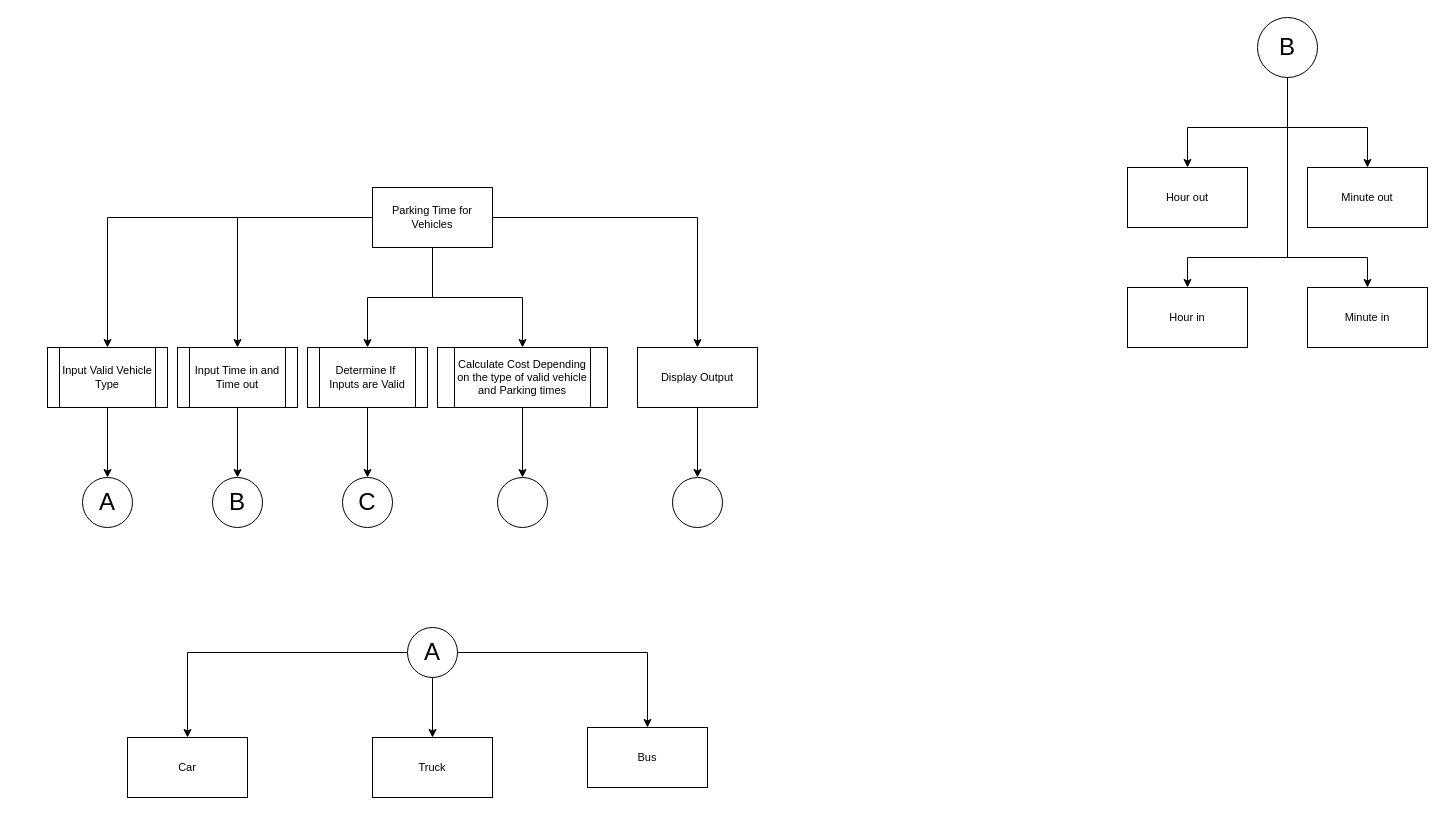
This is Project58_StructureChart.drawio from AmawNiZy/Assignments, a draw.io file, before an edit. Source tidied: cells renumbered, new cells numbered last; positions are measured from the earlier drawing's top-left corner, leaving out a move shared by most shapes. Both pictures are drawn from the tidied source at 100%, with x=0, y=0 at pixel (47, 17).
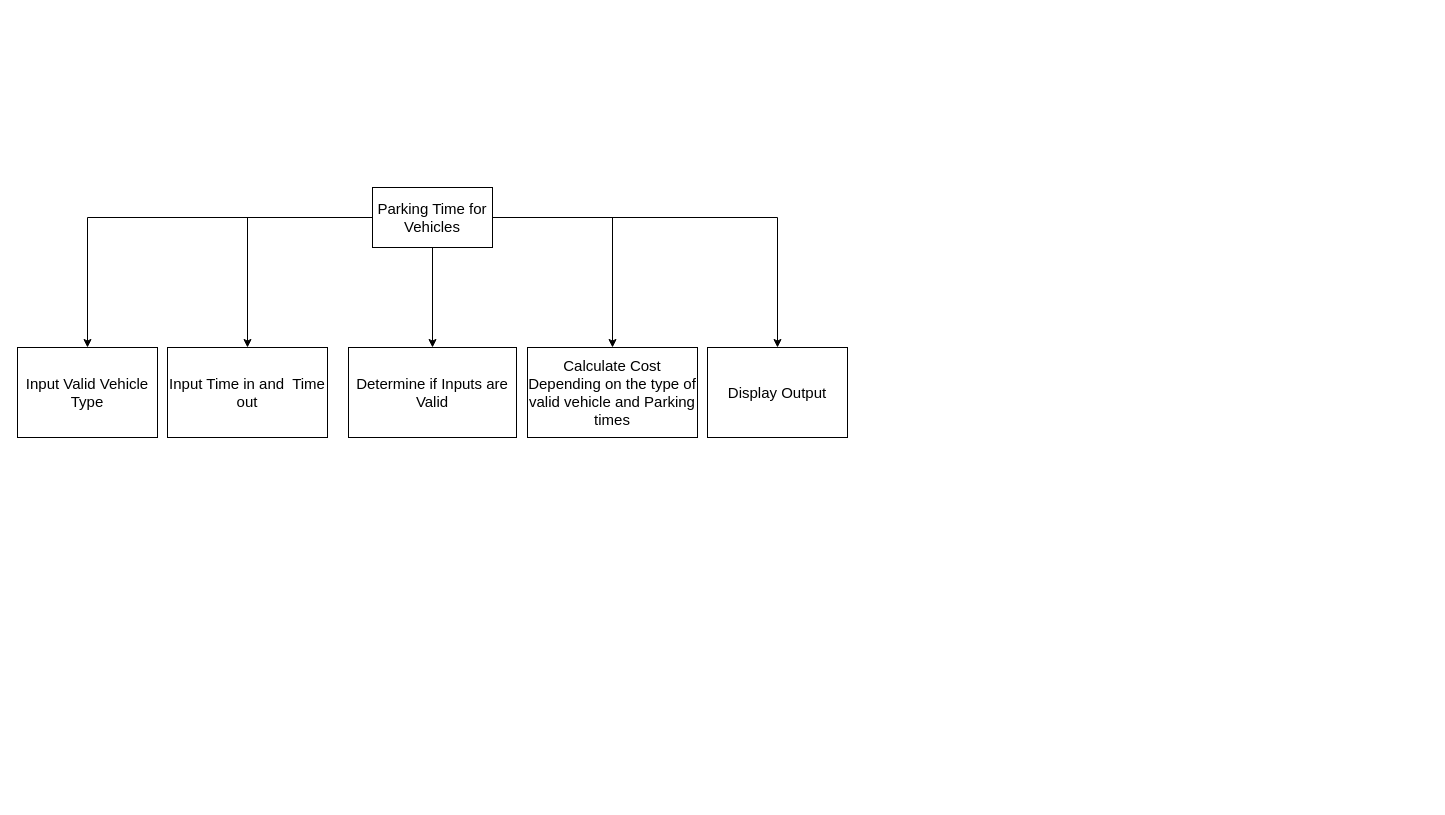
The same diagram, later.

Change to the diagram source:
```diff
@@
-    <mxCell id="2" style="edgeStyle=orthogonalEdgeStyle;rounded=0;jettySize=auto;html=1;fontSize=11;" parent="1" edge="1" source="7" target="9">
+    <mxCell id="2" style="edgeStyle=orthogonalEdgeStyle;rounded=0;jettySize=auto;html=1;fontSize=15;entryX=0.5;entryY=0;entryDx=0;entryDy=0;" parent="1" edge="1" source="7" target="9">
       <mxGeometry relative="1" as="geometry" />
     </mxCell>
-    <mxCell id="3" style="edgeStyle=orthogonalEdgeStyle;rounded=0;jettySize=auto;html=1;fontSize=11;" parent="1" edge="1" source="7" target="14">
+    <mxCell id="3" style="edgeStyle=orthogonalEdgeStyle;rounded=0;jettySize=auto;html=1;fontSize=15;" parent="1" edge="1" source="7" target="14">
       <mxGeometry relative="1" as="geometry" />
     </mxCell>
-    <mxCell id="4" style="edgeStyle=orthogonalEdgeStyle;rounded=0;jettySize=auto;html=1;fontSize=11;" parent="1" edge="1" source="7" target="12">
+    <mxCell id="4" style="edgeStyle=orthogonalEdgeStyle;rounded=0;jettySize=auto;html=1;fontSize=15;entryX=0.5;entryY=0;entryDx=0;entryDy=0;" parent="1" edge="1" source="7" target="12">
       <mxGeometry relative="1" as="geometry" />
     </mxCell>
-    <mxCell id="5" style="edgeStyle=orthogonalEdgeStyle;rounded=0;jettySize=auto;html=1;" parent="1" edge="1" source="7" target="17">
+    <mxCell id="5" style="edgeStyle=orthogonalEdgeStyle;rounded=0;jettySize=auto;html=1;entryX=0.5;entryY=0;entryDx=0;entryDy=0;fontSize=15;" parent="1" edge="1" source="7" target="17">
       <mxGeometry relative="1" as="geometry" />
     </mxCell>
-    <mxCell id="6" style="edgeStyle=orthogonalEdgeStyle;rounded=0;jettySize=auto;html=1;" parent="1" edge="1" source="7" target="39">
+    <mxCell id="6" style="edgeStyle=orthogonalEdgeStyle;rounded=0;jettySize=auto;html=1;fontSize=15;entryX=0.5;entryY=0;entryDx=0;entryDy=0;" parent="1" edge="1" source="7" target="41">
       <mxGeometry relative="1" as="geometry" />
     </mxCell>
-    <mxCell id="7" value="Parking Time for Vehicles" style="rounded=0;whiteSpace=wrap;html=1;fontSize=11;" parent="1" vertex="1">
+    <mxCell id="7" value="Parking Time for Vehicles" style="rounded=0;whiteSpace=wrap;html=1;fontSize=15;" parent="1" vertex="1">
       <mxGeometry x="325" y="170" width="120" height="60" as="geometry" />
     </mxCell>
-    <mxCell id="8" style="edgeStyle=orthogonalEdgeStyle;rounded=0;jettySize=auto;html=1;" parent="1" edge="1" source="9" target="15">
-      <mxGeometry relative="1" as="geometry" />
-    </mxCell>
+    <mxCell id="14" value="Display Output" style="rounded=0;whiteSpace=wrap;html=1;fontSize=15;" parent="1" vertex="1">
+      <mxGeometry x="660" y="330" width="140" height="90" as="geometry" />
+    </mxCell>
-    <mxCell id="9" value="Input Valid Vehicle Type" style="shape=process;whiteSpace=wrap;html=1;backgroundOutline=1;fontSize=11;" parent="1" vertex="1">
-      <mxGeometry y="330" width="120" height="60" as="geometry" />
+    <mxCell id="9" value="Input Valid Vehicle Type" style="rounded=0;whiteSpace=wrap;html=1;fontSize=15;" parent="1" vertex="1">
+      <mxGeometry x="-30" y="330" width="140" height="90" as="geometry" />
     </mxCell>
-    <mxCell id="10" style="edgeStyle=orthogonalEdgeStyle;rounded=0;jettySize=auto;html=1;" parent="1" edge="1" source="39" target="19">
-      <mxGeometry relative="1" as="geometry" />
-    </mxCell>
-    <mxCell id="11" style="edgeStyle=orthogonalEdgeStyle;rounded=0;jettySize=auto;html=1;" parent="1" edge="1" source="12" target="18">
-      <mxGeometry relative="1" as="geometry" />
-    </mxCell>
+    <mxCell id="17" value="Input Time in and&amp;nbsp; Time out" style="rounded=0;whiteSpace=wrap;html=1;fontSize=15;" parent="1" vertex="1">
+      <mxGeometry x="120" y="330" width="160" height="90" as="geometry" />
+    </mxCell>
+    <mxCell id="41" value="Determine if Inputs are Valid" style="rounded=0;whiteSpace=wrap;html=1;fontSize=15;" parent="1" vertex="1">
+      <mxGeometry x="301" y="330" width="168" height="90" as="geometry" />
+    </mxCell>
-    <mxCell id="12" value="Calculate Cost Depending on the type of valid vehicle and Parking times" style="shape=process;whiteSpace=wrap;html=1;backgroundOutline=1;fontSize=11;" parent="1" vertex="1">
-      <mxGeometry x="390" y="330" width="170" height="60" as="geometry" />
+    <mxCell id="12" value="Calculate Cost Depending on the type of valid vehicle and Parking times" style="rounded=0;whiteSpace=wrap;html=1;fontSize=15;" parent="1" vertex="1">
+      <mxGeometry x="480" y="330" width="170" height="90" as="geometry" />
     </mxCell>
-    <mxCell id="13" style="edgeStyle=orthogonalEdgeStyle;rounded=0;jettySize=auto;html=1;" parent="1" edge="1" source="14" target="40">
-      <mxGeometry relative="1" as="geometry" />
-    </mxCell>
-    <mxCell id="14" value="Display Output" style="rounded=0;whiteSpace=wrap;html=1;fontSize=11;" parent="1" vertex="1">
-      <mxGeometry x="590" y="330" width="120" height="60" as="geometry" />
-    </mxCell>
-    <mxCell id="15" value="A" style="ellipse;whiteSpace=wrap;html=1;fontSize=24;" parent="1" vertex="1">
-      <mxGeometry x="35" y="460" width="50" height="50" as="geometry" />
-    </mxCell>
-    <mxCell id="16" style="edgeStyle=orthogonalEdgeStyle;rounded=0;jettySize=auto;html=1;" parent="1" edge="1" source="17" target="20">
-      <mxGeometry relative="1" as="geometry" />
-    </mxCell>
-    <mxCell id="17" value="Input Time in and Time out" style="shape=process;whiteSpace=wrap;html=1;backgroundOutline=1;fontSize=11;" parent="1" vertex="1">
-      <mxGeometry x="130" y="330" width="120" height="60" as="geometry" />
-    </mxCell>
-    <mxCell id="18" style="ellipse;whiteSpace=wrap;html=1;fontSize=24;" parent="1" vertex="1">
-      <mxGeometry x="450" y="460" width="50" height="50" as="geometry" />
-    </mxCell>
-    <mxCell id="19" value="C" style="ellipse;whiteSpace=wrap;html=1;fontSize=24;" parent="1" vertex="1">
-      <mxGeometry x="295" y="460" width="50" height="50" as="geometry" />
-    </mxCell>
-    <mxCell id="20" value="B" style="ellipse;whiteSpace=wrap;html=1;fontSize=24;" parent="1" vertex="1">
-      <mxGeometry x="165" y="460" width="50" height="50" as="geometry" />
-    </mxCell>
-    <mxCell id="21" style="edgeStyle=orthogonalEdgeStyle;rounded=0;jettySize=auto;html=1;" parent="1" edge="1" source="24" target="25">
-      <mxGeometry relative="1" as="geometry" />
-    </mxCell>
-    <mxCell id="22" style="edgeStyle=orthogonalEdgeStyle;rounded=0;jettySize=auto;html=1;" parent="1" edge="1" source="24" target="27">
-      <mxGeometry relative="1" as="geometry" />
-    </mxCell>
-    <mxCell id="23" style="edgeStyle=orthogonalEdgeStyle;rounded=0;jettySize=auto;html=1;" parent="1" edge="1" source="24" target="26">
-      <mxGeometry relative="1" as="geometry" />
-    </mxCell>
-    <mxCell id="24" value="A" style="ellipse;whiteSpace=wrap;html=1;fontSize=24;" parent="1" vertex="1">
-      <mxGeometry x="360" y="610" width="50" height="50" as="geometry" />
-    </mxCell>
-    <mxCell id="25" value="Car" style="rounded=0;whiteSpace=wrap;html=1;fontSize=11;" parent="1" vertex="1">
-      <mxGeometry x="80" y="720" width="120" height="60" as="geometry" />
-    </mxCell>
-    <mxCell id="26" value="Bus" style="rounded=0;whiteSpace=wrap;html=1;fontSize=11;" parent="1" vertex="1">
-      <mxGeometry x="540" y="710" width="120" height="60" as="geometry" />
-    </mxCell>
-    <mxCell id="27" value="Truck" style="rounded=0;whiteSpace=wrap;html=1;fontSize=11;" parent="1" vertex="1">
-      <mxGeometry x="325" y="720" width="120" height="60" as="geometry" />
-    </mxCell>
-    <mxCell id="28" value="B" style="ellipse;whiteSpace=wrap;html=1;fontSize=24;" parent="1" vertex="1">
-      <mxGeometry x="1210" width="60" height="60" as="geometry" />
-    </mxCell>
-    <mxCell id="29" value="Hour in" style="rounded=0;whiteSpace=wrap;html=1;fontSize=11;" parent="1" vertex="1">
-      <mxGeometry x="1080" y="270" width="120" height="60" as="geometry" />
-    </mxCell>
-    <mxCell id="30" value="Minute in" style="rounded=0;whiteSpace=wrap;html=1;fontSize=11;" parent="1" vertex="1">
-      <mxGeometry x="1260" y="270" width="120" height="60" as="geometry" />
-    </mxCell>
-    <mxCell id="31" value="Hour out" style="rounded=0;whiteSpace=wrap;html=1;fontSize=11;" parent="1" vertex="1">
-      <mxGeometry x="1080" y="150" width="120" height="60" as="geometry" />
-    </mxCell>
-    <mxCell id="32" value="Minute out" style="rounded=0;whiteSpace=wrap;html=1;fontSize=11;" parent="1" vertex="1">
-      <mxGeometry x="1260" y="150" width="120" height="60" as="geometry" />
-    </mxCell>
-    <mxCell id="33" style="endArrow=classic;html=1;rounded=0;entryX=0.5;entryY=0;entryDx=0;entryDy=0;" parent="1" edge="1" target="29">
-      <mxGeometry relative="1" as="geometry">
-        <mxPoint x="1210" y="240" as="sourcePoint" />
-        <Array as="points">
-          <mxPoint x="1140" y="240" />
-        </Array>
-      </mxGeometry>
-    </mxCell>
-    <mxCell id="34" style="endArrow=classic;html=1;rounded=0;entryX=0.5;entryY=0;entryDx=0;entryDy=0;" parent="1" edge="1" target="30">
-      <mxGeometry relative="1" as="geometry">
-        <mxPoint x="1210" y="240" as="sourcePoint" />
-        <Array as="points">
-          <mxPoint x="1320" y="240" />
-        </Array>
-      </mxGeometry>
-    </mxCell>
-    <mxCell id="35" style="endArrow=classic;html=1;rounded=0;entryX=0.5;entryY=0;entryDx=0;entryDy=0;" parent="1" edge="1" target="31">
-      <mxGeometry relative="1" as="geometry">
-        <mxPoint x="1140" y="110" as="sourcePoint" />
-      </mxGeometry>
-    </mxCell>
-    <mxCell id="36" style="endArrow=classic;html=1;rounded=0;entryX=0.5;entryY=0;entryDx=0;entryDy=0;" parent="1" edge="1" target="32">
-      <mxGeometry relative="1" as="geometry">
-        <mxPoint x="1320" y="110" as="sourcePoint" />
-      </mxGeometry>
-    </mxCell>
-    <mxCell id="37" style="endArrow=none;html=1;rounded=0;" parent="1" edge="1">
-      <mxGeometry relative="1" as="geometry">
-        <mxPoint x="1140" y="110" as="sourcePoint" />
-        <mxPoint x="1320" y="110" as="targetPoint" />
-      </mxGeometry>
-    </mxCell>
-    <mxCell id="38" style="endArrow=none;html=1;rounded=0;" parent="1" edge="1">
-      <mxGeometry relative="1" as="geometry">
-        <mxPoint x="1240" y="240" as="sourcePoint" />
-        <mxPoint x="1240" y="60" as="targetPoint" />
-      </mxGeometry>
-    </mxCell>
-    <mxCell id="39" value="Determine If&amp;nbsp; Inputs are Valid" style="shape=process;whiteSpace=wrap;html=1;backgroundOutline=1;fontSize=11;" parent="1" vertex="1">
-      <mxGeometry x="260" y="330" width="120" height="60" as="geometry" />
-    </mxCell>
-    <mxCell id="40" style="ellipse;whiteSpace=wrap;html=1;fontSize=24;" parent="1" vertex="1">
-      <mxGeometry x="625" y="460" width="50" height="50" as="geometry" />
-    </mxCell>
```
